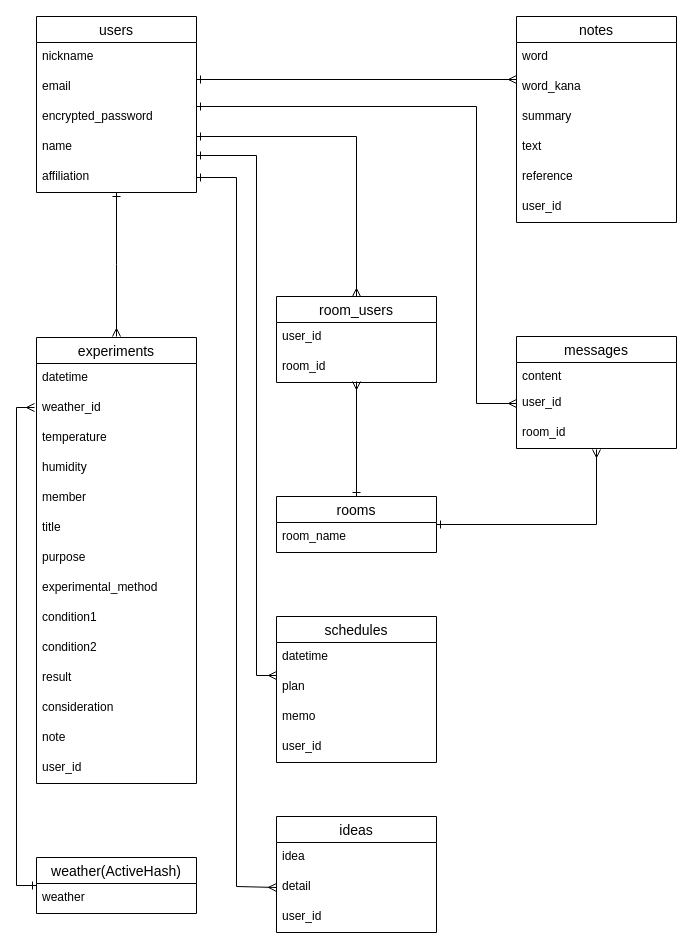
This is support_lab.dio from 30155/support_lab, a draw.io file, before an edit. Source tidied: cells renumbered, new cells numbered last; positions are measured from the earlier drawing's top-left corner, leaving out a move shared by most shapes. Both pictures are drawn from the tidied source at 100%, with x=0, y=0 at pixel (16, 16).
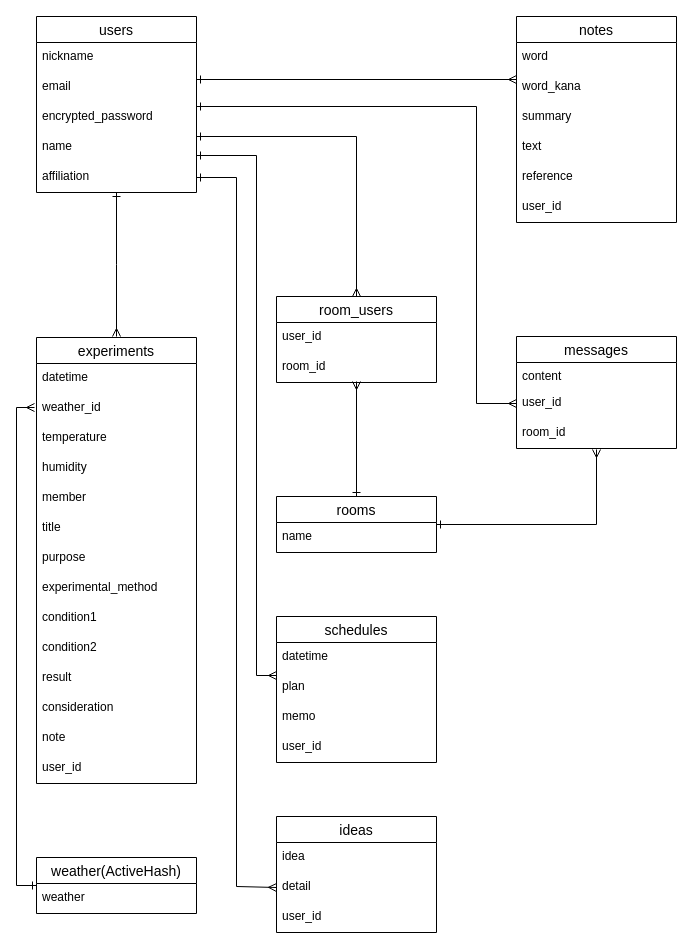
The same page after the edit.

The change refers to these unchanged cells:
```xml
<mxCell id="26" value="rooms" style="swimlane;fontStyle=0;horizontal=1;startSize=26;align=center;fontSize=14;" parent="1" vertex="1">
  <mxGeometry x="260" y="480" width="160" height="56" as="geometry" />
</mxCell>
```

The edit, as a diff of the source:
```diff
@@
-    <mxCell id="27" value="room_name" style="text;strokeColor=none;fillColor=none;spacingLeft=4;spacingRight=4;overflow=hidden;fontSize=12;" parent="26" vertex="1">
+    <mxCell id="27" value="name" style="text;strokeColor=none;fillColor=none;spacingLeft=4;spacingRight=4;overflow=hidden;fontSize=12;" parent="26" vertex="1">
       <mxGeometry y="26" width="160" height="30" as="geometry" />
     </mxCell>
```
